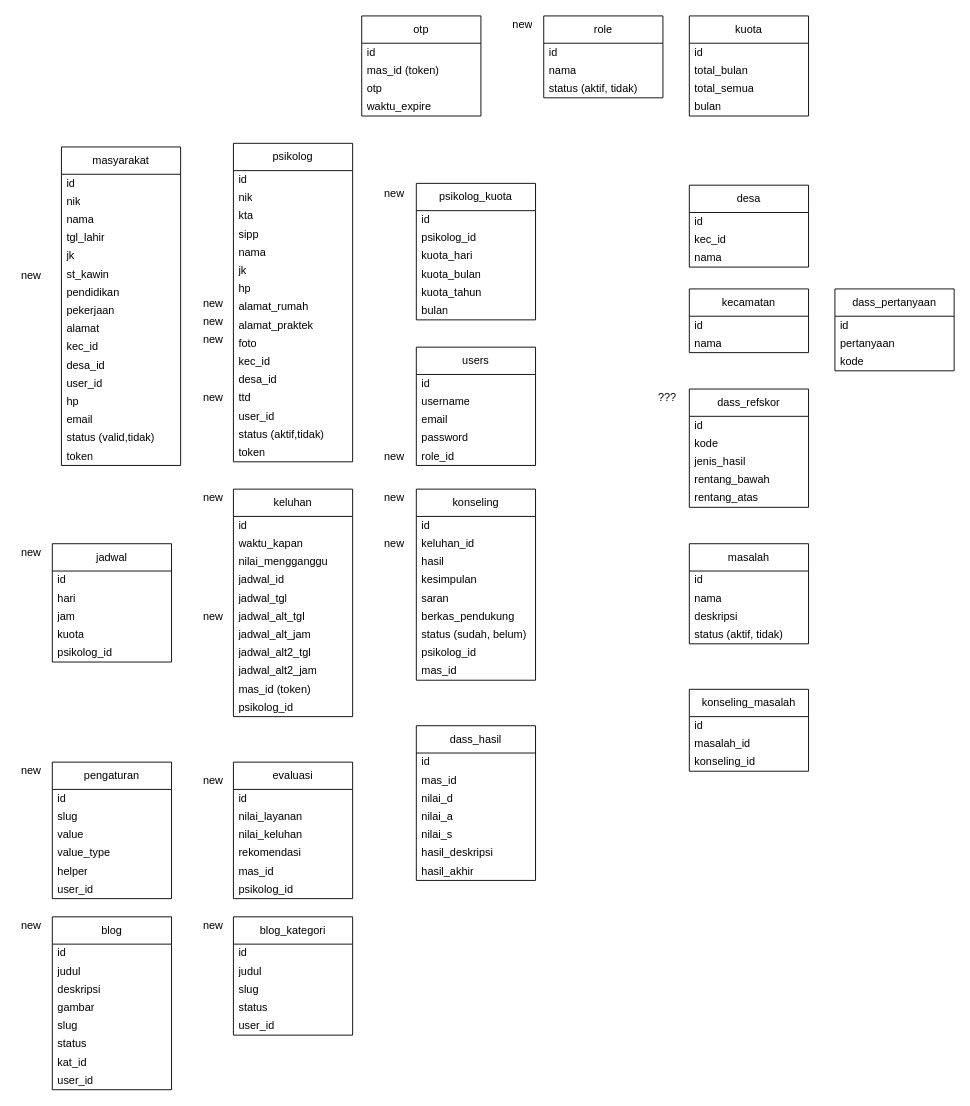
Before: env_designs/erd_dmb.drawio in zeneight/drawio, a draw.io diagram. Source tidied: cells renumbered, new cells numbered last; positions are measured from the earlier drawing's top-left corner, leaving out a move shared by most shapes. Both pictures are drawn from the tidied source at 91%, with x=0, y=0 at pixel (15, 15).
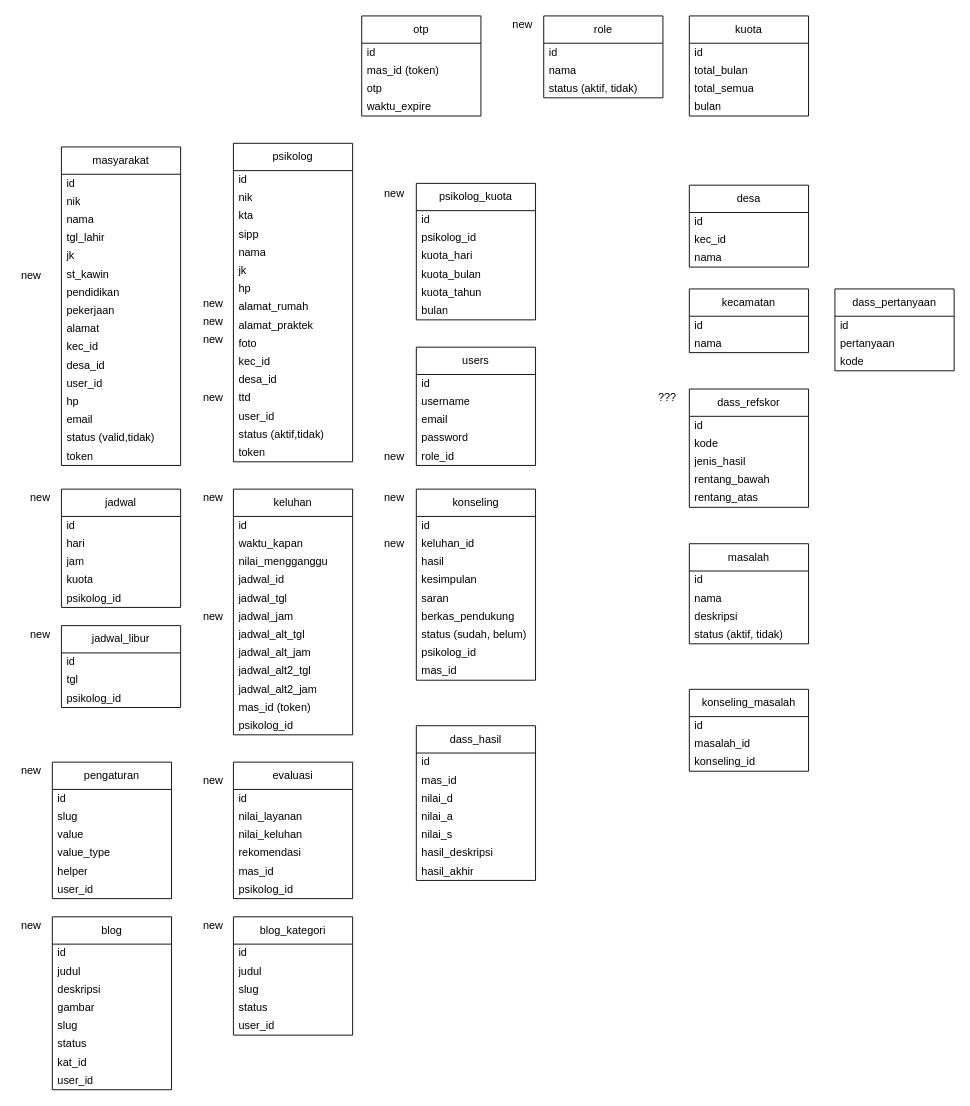
After the change.

Change to the diagram source:
```diff
@@
     <mxCell id="42" value="jadwal" style="swimlane;fontStyle=0;horizontal=1;startSize=30;whiteSpace=wrap;html=1;" parent="1" vertex="1">
-      <mxGeometry x="40" y="580" width="131" height="130" as="geometry" />
+      <mxGeometry x="50" y="520" width="131" height="130" as="geometry" />
     </mxCell>
@@
     <mxCell id="48" value="keluhan" style="swimlane;fontStyle=0;horizontal=1;startSize=30;whiteSpace=wrap;html=1;" parent="1" vertex="1">
-      <mxGeometry x="239" y="520" width="131" height="250" as="geometry" />
+      <mxGeometry x="239" y="520" width="131" height="270" as="geometry" />
     </mxCell>
@@
+    <mxCell id="172" value="jadwal_jam" style="text;strokeColor=none;fillColor=none;align=left;verticalAlign=middle;spacingLeft=4;spacingRight=4;overflow=hidden;whiteSpace=wrap;html=1;" parent="48" vertex="1">
+      <mxGeometry y="130" width="131" height="20" as="geometry" />
+    </mxCell>
     <mxCell id="54" value="jadwal_alt_tgl" style="text;strokeColor=none;fillColor=none;align=left;verticalAlign=middle;spacingLeft=4;spacingRight=4;overflow=hidden;whiteSpace=wrap;html=1;" parent="48" vertex="1">
-      <mxGeometry y="130" width="131" height="20" as="geometry" />
+      <mxGeometry y="150" width="131" height="20" as="geometry" />
     </mxCell>
     <mxCell id="55" value="jadwal_alt_jam" style="text;strokeColor=none;fillColor=none;align=left;verticalAlign=middle;spacingLeft=4;spacingRight=4;overflow=hidden;whiteSpace=wrap;html=1;" parent="48" vertex="1">
-      <mxGeometry y="150" width="131" height="20" as="geometry" />
+      <mxGeometry y="170" width="131" height="20" as="geometry" />
     </mxCell>
     <mxCell id="56" value="jadwal_alt2_tgl" style="text;strokeColor=none;fillColor=none;align=left;verticalAlign=middle;spacingLeft=4;spacingRight=4;overflow=hidden;whiteSpace=wrap;html=1;" parent="48" vertex="1">
-      <mxGeometry y="170" width="131" height="20" as="geometry" />
+      <mxGeometry y="190" width="131" height="20" as="geometry" />
     </mxCell>
     <mxCell id="57" value="jadwal_alt2_jam" style="text;strokeColor=none;fillColor=none;align=left;verticalAlign=middle;spacingLeft=4;spacingRight=4;overflow=hidden;whiteSpace=wrap;html=1;" parent="48" vertex="1">
-      <mxGeometry y="190" width="131" height="20" as="geometry" />
+      <mxGeometry y="210" width="131" height="20" as="geometry" />
     </mxCell>
     <mxCell id="58" value="mas_id (token)" style="text;strokeColor=none;fillColor=none;align=left;verticalAlign=middle;spacingLeft=4;spacingRight=4;overflow=hidden;whiteSpace=wrap;html=1;" parent="48" vertex="1">
-      <mxGeometry y="210" width="131" height="20" as="geometry" />
+      <mxGeometry y="230" width="131" height="20" as="geometry" />
     </mxCell>
     <mxCell id="59" value="psikolog_id" style="text;strokeColor=none;fillColor=none;align=left;verticalAlign=middle;spacingLeft=4;spacingRight=4;overflow=hidden;whiteSpace=wrap;html=1;" parent="48" vertex="1">
-      <mxGeometry y="230" width="131" height="20" as="geometry" />
+      <mxGeometry y="250" width="131" height="20" as="geometry" />
     </mxCell>
@@
     <mxCell id="109" value="new" style="text;strokeColor=none;fillColor=none;align=left;verticalAlign=middle;spacingLeft=4;spacingRight=4;overflow=hidden;whiteSpace=wrap;html=1;" parent="1" vertex="1">
-      <mxGeometry y="580" width="50" height="20" as="geometry" />
+      <mxGeometry x="10" y="520" width="50" height="20" as="geometry" />
     </mxCell>
@@
+    <mxCell id="173" value="jadwal_libur" style="swimlane;fontStyle=0;horizontal=1;startSize=30;whiteSpace=wrap;html=1;" parent="1" vertex="1">
+      <mxGeometry x="50" y="670" width="131" height="90" as="geometry" />
+    </mxCell>
+    <mxCell id="174" value="id" style="text;strokeColor=none;fillColor=none;align=left;verticalAlign=middle;spacingLeft=4;spacingRight=4;overflow=hidden;whiteSpace=wrap;html=1;" parent="173" vertex="1">
+      <mxGeometry y="30" width="131" height="20" as="geometry" />
+    </mxCell>
+    <mxCell id="175" value="tgl" style="text;strokeColor=none;fillColor=none;align=left;verticalAlign=middle;spacingLeft=4;spacingRight=4;overflow=hidden;whiteSpace=wrap;html=1;" parent="173" vertex="1">
+      <mxGeometry y="50" width="131" height="20" as="geometry" />
+    </mxCell>
+    <mxCell id="176" value="psikolog_id" style="text;strokeColor=none;fillColor=none;align=left;verticalAlign=middle;spacingLeft=4;spacingRight=4;overflow=hidden;whiteSpace=wrap;html=1;" parent="173" vertex="1">
+      <mxGeometry y="70" width="131" height="20" as="geometry" />
+    </mxCell>
+    <mxCell id="177" value="new" style="text;strokeColor=none;fillColor=none;align=left;verticalAlign=middle;spacingLeft=4;spacingRight=4;overflow=hidden;whiteSpace=wrap;html=1;" parent="1" vertex="1">
+      <mxGeometry x="10" y="670" width="50" height="20" as="geometry" />
+    </mxCell>
```
